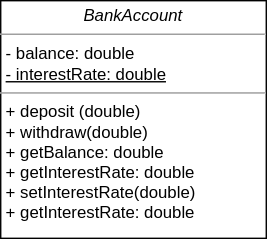
nereamarfe/DiagramasUML keeps this draw.io diagram as prueba.drawio.svg. Above is the earlier version. Source tidied: cells renumbered, new cells last; positions are measured from the earlier drawing's top-left corner, leaving out a move shared by most shapes.
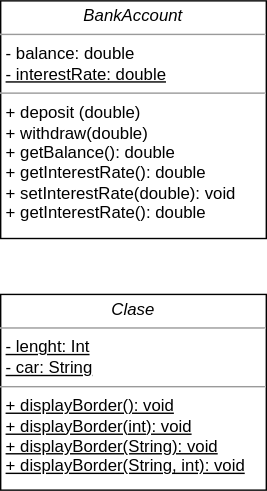
The same file after the commit.

Commit message:
añadido el UML de Clase sobrecarga de metodos traducido de Kotlin

Diff of the diagram source:
```diff
@@ -2,8 +2,11 @@
   <root>
     <mxCell id="0" />
     <mxCell id="1" parent="0" />
-    <mxCell id="2" value="&lt;p style=&quot;margin: 0px ; margin-top: 4px ; text-align: center&quot;&gt;&lt;i&gt;BankAccount&lt;/i&gt;&lt;/p&gt;&lt;hr size=&quot;1&quot;&gt;&lt;p style=&quot;margin: 0px ; margin-left: 4px&quot;&gt;- balance: double&lt;/p&gt;&lt;p style=&quot;margin: 0px ; margin-left: 4px&quot;&gt;&lt;u&gt;- interestRate: double&lt;/u&gt;&lt;/p&gt;&lt;hr size=&quot;1&quot;&gt;&lt;p style=&quot;margin: 0px ; margin-left: 4px&quot;&gt;+ deposit (double)&lt;br&gt;+ withdraw(double)&lt;/p&gt;&lt;p style=&quot;margin: 0px ; margin-left: 4px&quot;&gt;+ getBalance: double&lt;/p&gt;&lt;p style=&quot;margin: 0px ; margin-left: 4px&quot;&gt;+ getInterestRate: double&lt;/p&gt;&lt;p style=&quot;margin: 0px ; margin-left: 4px&quot;&gt;+ setInterestRate(double)&lt;/p&gt;&lt;p style=&quot;margin: 0px ; margin-left: 4px&quot;&gt;+ getInterestRate: double&lt;/p&gt;" style="verticalAlign=top;align=left;overflow=fill;fontSize=12;fontFamily=Helvetica;html=1;" parent="1" vertex="1">
+    <mxCell id="2" value="&lt;p style=&quot;margin: 0px ; margin-top: 4px ; text-align: center&quot;&gt;&lt;i&gt;BankAccount&lt;/i&gt;&lt;/p&gt;&lt;hr size=&quot;1&quot;&gt;&lt;p style=&quot;margin: 0px ; margin-left: 4px&quot;&gt;- balance: double&lt;/p&gt;&lt;p style=&quot;margin: 0px ; margin-left: 4px&quot;&gt;&lt;u&gt;- interestRate: double&lt;/u&gt;&lt;/p&gt;&lt;hr size=&quot;1&quot;&gt;&lt;p style=&quot;margin: 0px ; margin-left: 4px&quot;&gt;+ deposit (double)&lt;br&gt;+ withdraw(double)&lt;/p&gt;&lt;p style=&quot;margin: 0px ; margin-left: 4px&quot;&gt;+ getBalance(): double&lt;/p&gt;&lt;p style=&quot;margin: 0px ; margin-left: 4px&quot;&gt;+ getInterestRate(): double&lt;/p&gt;&lt;p style=&quot;margin: 0px ; margin-left: 4px&quot;&gt;+ setInterestRate(double): void&lt;/p&gt;&lt;p style=&quot;margin: 0px ; margin-left: 4px&quot;&gt;+ getInterestRate(): double&lt;/p&gt;" style="verticalAlign=top;align=left;overflow=fill;fontSize=12;fontFamily=Helvetica;html=1;" parent="1" vertex="1">
       <mxGeometry width="190" height="170" as="geometry" />
     </mxCell>
+    <mxCell id="3" value="&lt;p style=&quot;margin: 0px ; margin-top: 4px ; text-align: center&quot;&gt;&lt;i&gt;Clase&lt;/i&gt;&lt;/p&gt;&lt;hr size=&quot;1&quot;&gt;&lt;p style=&quot;margin: 0px ; margin-left: 4px&quot;&gt;&lt;u&gt;- lenght: Int&lt;br&gt;- car: String&lt;/u&gt;&lt;/p&gt;&lt;hr size=&quot;1&quot;&gt;&lt;p style=&quot;margin: 0px ; margin-left: 4px&quot;&gt;&lt;u&gt;+ displayBorder(): void&lt;br&gt;+ displayBorder(int): void&lt;br&gt;&lt;/u&gt;&lt;/p&gt;&lt;p style=&quot;margin: 0px ; margin-left: 4px&quot;&gt;&lt;u&gt;+ displayBorder(String): void&lt;br&gt;&lt;/u&gt;&lt;/p&gt;&lt;p style=&quot;margin: 0px ; margin-left: 4px&quot;&gt;&lt;u&gt;+ displayBorder(String, int): void&lt;/u&gt;&lt;br&gt;&lt;/p&gt;" style="verticalAlign=top;align=left;overflow=fill;fontSize=12;fontFamily=Helvetica;html=1;" parent="1" vertex="1">
+      <mxGeometry y="210" width="190" height="140" as="geometry" />
+    </mxCell>
   </root>
 </mxGraphModel>
```
